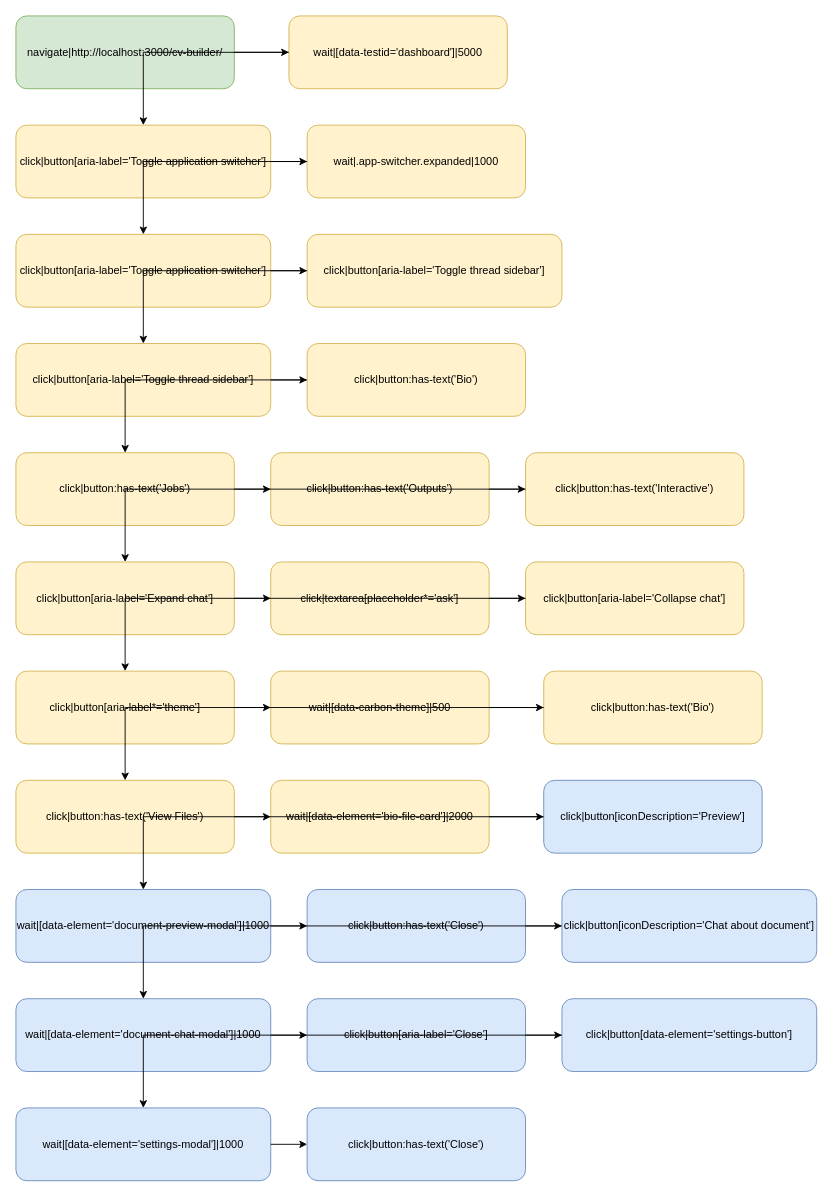
Above: packages/browser-automation/examples/cv-builder-app-tests.drawio in ojfbot/cv-builder (draw.io), before the change. Source tidied: cells renumbered, new cells numbered last; positions are measured from the earlier drawing's top-left corner, leaving out a move shared by most shapes. Both pictures are drawn from the tidied source at 91%, with x=0, y=0 at pixel (15, 15).
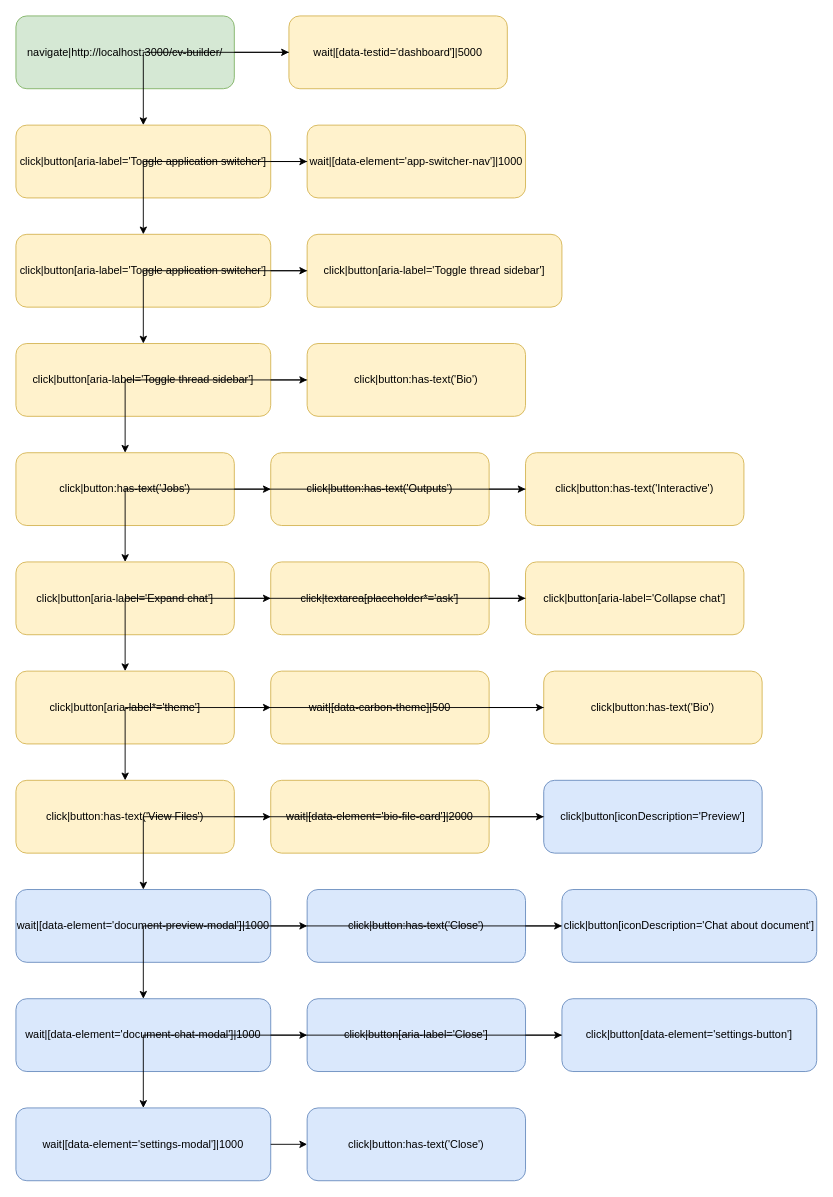
After the change.

Diff of the diagram source:
```diff
@@
-    <mxCell id="5" value="wait|.app-switcher.expanded|1000" style="rounded=1;whiteSpace=wrap;html=1;fillColor=#fff2cc;strokeColor=#d6b656;" parent="1" vertex="1">
+    <mxCell id="5" value="wait|[data-element='app-switcher-nav']|1000" style="rounded=1;whiteSpace=wrap;html=1;fillColor=#fff2cc;strokeColor=#d6b656;" parent="1" vertex="1">
       <mxGeometry x="320" y="120" width="240" height="80" as="geometry" />
     </mxCell>
```
